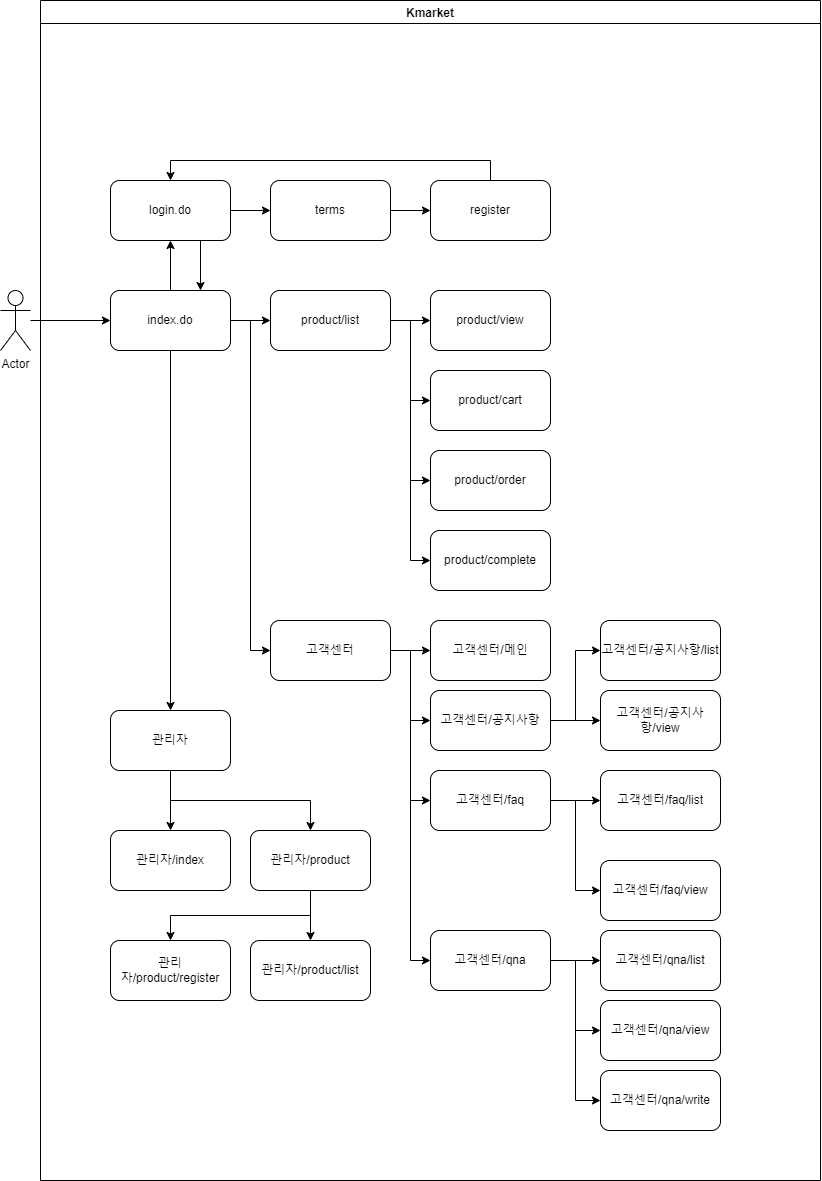
This is Kmarket API.png from hochmun/Kmarket, a draw.io export, as it was before one commit. Source tidied: cells renumbered, new cells last; positions are measured from the earlier drawing's top-left corner, leaving out a move shared by most shapes.
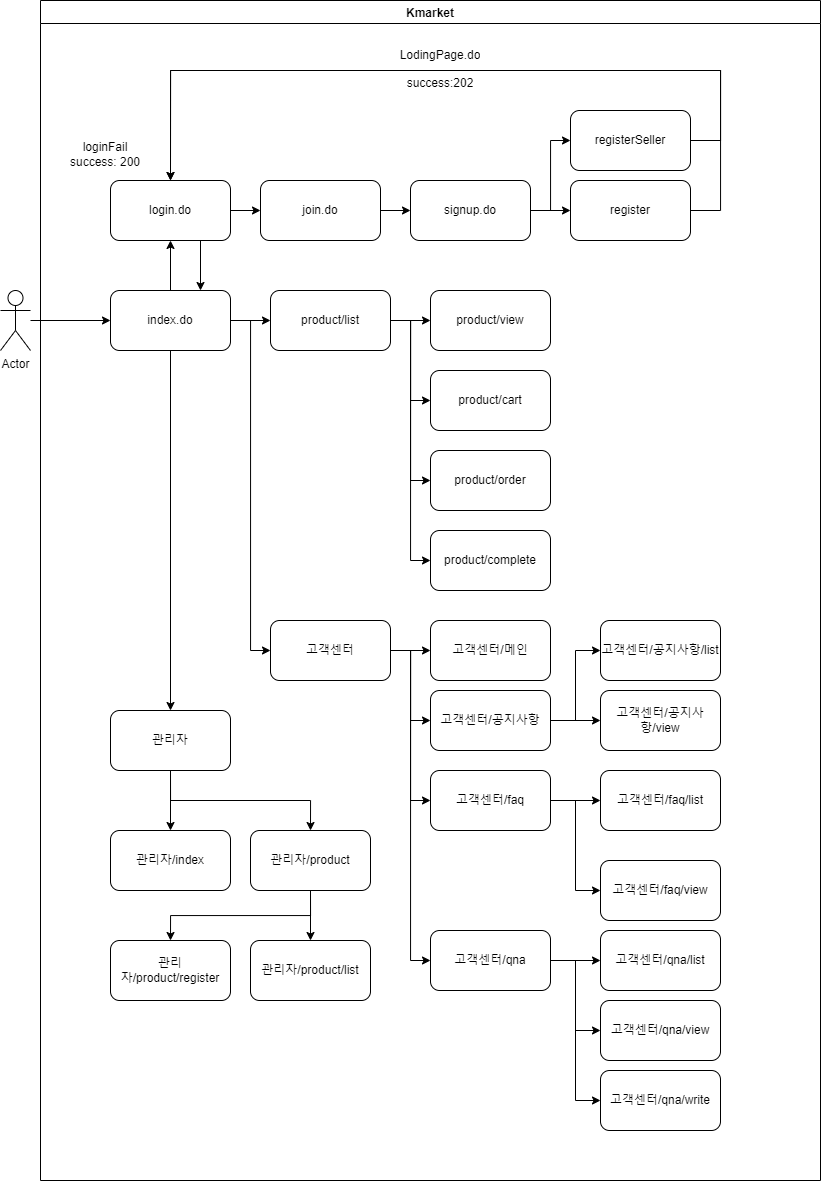
Later version of the same file.

What changed in the source:
```diff
@@ -26,26 +26,35 @@
     <mxCell id="9" value="index.do" style="rounded=1;whiteSpace=wrap;html=1;" parent="4" vertex="1">
       <mxGeometry x="70" y="290" width="120" height="60" as="geometry" />
     </mxCell>
-    <mxCell id="10" style="edgeStyle=orthogonalEdgeStyle;rounded=0;jettySize=auto;html=1;" parent="4" edge="1" source="12" target="14">
-      <mxGeometry relative="1" as="geometry" />
-    </mxCell>
     <mxCell id="11" style="edgeStyle=orthogonalEdgeStyle;rounded=0;jettySize=auto;html=1;exitX=0.75;exitY=1;exitDx=0;exitDy=0;entryX=0.75;entryY=0;entryDx=0;entryDy=0;" parent="4" edge="1" source="12" target="9">
       <mxGeometry relative="1" as="geometry" />
     </mxCell>
+    <mxCell id="58" style="edgeStyle=orthogonalEdgeStyle;rounded=0;jettySize=auto;html=1;exitX=1;exitY=0.5;exitDx=0;exitDy=0;entryX=0;entryY=0.5;entryDx=0;entryDy=0;" parent="4" edge="1" source="12" target="63">
+      <mxGeometry relative="1" as="geometry" />
+    </mxCell>
     <mxCell id="12" value="login.do" style="rounded=1;whiteSpace=wrap;html=1;" parent="4" vertex="1">
       <mxGeometry x="70" y="180" width="120" height="60" as="geometry" />
     </mxCell>
     <mxCell id="13" style="edgeStyle=orthogonalEdgeStyle;rounded=0;jettySize=auto;html=1;" parent="4" edge="1" source="14" target="16">
       <mxGeometry relative="1" as="geometry" />
     </mxCell>
+    <mxCell id="59" style="edgeStyle=orthogonalEdgeStyle;rounded=0;jettySize=auto;html=1;exitX=1;exitY=0.5;exitDx=0;exitDy=0;entryX=0;entryY=0.5;entryDx=0;entryDy=0;" parent="4" edge="1" source="14" target="61">
+      <mxGeometry relative="1" as="geometry" />
+    </mxCell>
-    <mxCell id="14" value="terms" style="rounded=1;whiteSpace=wrap;html=1;" parent="4" vertex="1">
-      <mxGeometry x="230" y="180" width="120" height="60" as="geometry" />
+    <mxCell id="14" value="signup.do" style="rounded=1;whiteSpace=wrap;html=1;" parent="4" vertex="1">
+      <mxGeometry x="370" y="180" width="120" height="60" as="geometry" />
     </mxCell>
-    <mxCell id="15" style="edgeStyle=orthogonalEdgeStyle;rounded=0;jettySize=auto;html=1;exitX=0.5;exitY=0;exitDx=0;exitDy=0;entryX=0.5;entryY=0;entryDx=0;entryDy=0;" parent="4" edge="1" source="16" target="12">
-      <mxGeometry relative="1" as="geometry" />
+    <mxCell id="15" style="edgeStyle=orthogonalEdgeStyle;rounded=0;jettySize=auto;html=1;exitX=1;exitY=0.5;exitDx=0;exitDy=0;entryX=0.5;entryY=0;entryDx=0;entryDy=0;" parent="4" edge="1" source="16" target="12">
+      <mxGeometry relative="1" as="geometry">
+        <Array as="points">
+          <mxPoint x="680" y="210" />
+          <mxPoint x="680" y="70" />
+          <mxPoint x="130" y="70" />
+        </Array>
+      </mxGeometry>
     </mxCell>
     <mxCell id="16" value="register" style="rounded=1;whiteSpace=wrap;html=1;" parent="4" vertex="1">
-      <mxGeometry x="390" y="180" width="120" height="60" as="geometry" />
+      <mxGeometry x="530" y="180" width="120" height="60" as="geometry" />
     </mxCell>
     <mxCell id="17" style="edgeStyle=orthogonalEdgeStyle;rounded=0;jettySize=auto;html=1;exitX=1;exitY=0.5;exitDx=0;exitDy=0;entryX=0;entryY=0.5;entryDx=0;entryDy=0;" parent="4" edge="1" source="21" target="30">
       <mxGeometry relative="1" as="geometry" />
@@ -170,5 +179,32 @@
     <mxCell id="57" value="관리자/product/register" style="rounded=1;whiteSpace=wrap;html=1;" parent="4" vertex="1">
       <mxGeometry x="70" y="940" width="120" height="60" as="geometry" />
     </mxCell>
+    <mxCell id="60" style="edgeStyle=orthogonalEdgeStyle;rounded=0;jettySize=auto;html=1;exitX=1;exitY=0.5;exitDx=0;exitDy=0;entryX=0.5;entryY=0;entryDx=0;entryDy=0;" parent="4" edge="1" source="61" target="12">
+      <mxGeometry relative="1" as="geometry">
+        <Array as="points">
+          <mxPoint x="680" y="140" />
+          <mxPoint x="680" y="70" />
+          <mxPoint x="130" y="70" />
+        </Array>
+      </mxGeometry>
+    </mxCell>
+    <mxCell id="61" value="registerSeller" style="rounded=1;whiteSpace=wrap;html=1;" parent="4" vertex="1">
+      <mxGeometry x="530" y="110" width="120" height="60" as="geometry" />
+    </mxCell>
+    <mxCell id="62" style="edgeStyle=orthogonalEdgeStyle;rounded=0;jettySize=auto;html=1;exitX=1;exitY=0.5;exitDx=0;exitDy=0;entryX=0;entryY=0.5;entryDx=0;entryDy=0;" parent="4" edge="1" source="63" target="14">
+      <mxGeometry relative="1" as="geometry" />
+    </mxCell>
+    <mxCell id="63" value="join.do" style="rounded=1;whiteSpace=wrap;html=1;" parent="4" vertex="1">
+      <mxGeometry x="220" y="180" width="120" height="60" as="geometry" />
+    </mxCell>
+    <mxCell id="64" value="LodingPage.do" style="text;strokeColor=none;fillColor=none;align=center;verticalAlign=middle;spacingLeft=4;spacingRight=4;overflow=hidden;whiteSpace=wrap;html=1;" parent="4" vertex="1">
+      <mxGeometry x="350" y="40" width="100" height="30" as="geometry" />
+    </mxCell>
+    <mxCell id="65" value="success:202" style="text;strokeColor=none;fillColor=none;align=center;verticalAlign=middle;spacingLeft=4;spacingRight=4;overflow=hidden;whiteSpace=wrap;html=1;" parent="4" vertex="1">
+      <mxGeometry x="355" y="70" width="90" height="26" as="geometry" />
+    </mxCell>
+    <mxCell id="66" value="loginFail&lt;br&gt;success: 200" style="text;strokeColor=none;fillColor=none;align=center;verticalAlign=middle;spacingLeft=4;spacingRight=4;overflow=hidden;whiteSpace=wrap;html=1;" parent="4" vertex="1">
+      <mxGeometry x="10" y="137" width="110" height="33" as="geometry" />
+    </mxCell>
   </root>
 </mxGraphModel>
```
